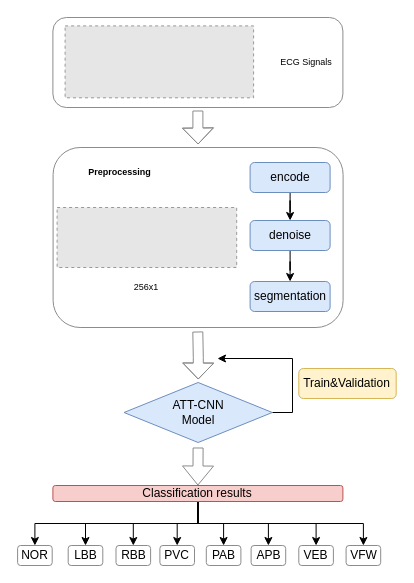
Before: CNN+ATT.drawio in WensonLuo/Drowio, a draw.io diagram. Source tidied: cells renumbered, new cells numbered last; positions are measured from the earlier drawing's top-left corner, leaving out a move shared by most shapes. Both pictures are drawn from the tidied source at 100%, with x=0, y=0 at pixel (17, 17). Pictures stored in the file or linked from it are replaced by grey dashed boxes.
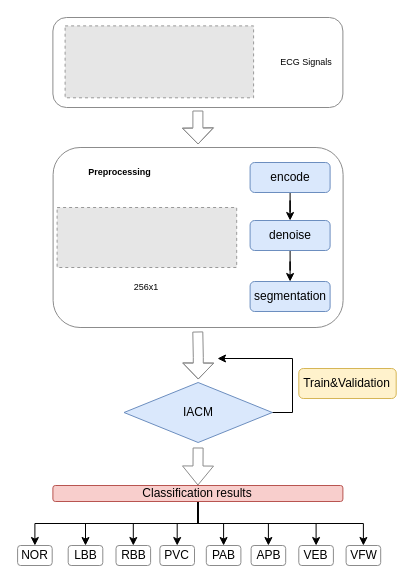
Above is the later version.

Change to the diagram source:
```diff
@@
-    <mxCell id="27" value="ATT-CNN&lt;br&gt;Model" style="rhombus;whiteSpace=wrap;html=1;shadow=0;strokeColor=#6c8ebf;fillColor=#dae8fc;" parent="1" vertex="1">
+    <mxCell id="27" value="IACM" style="rhombus;whiteSpace=wrap;html=1;shadow=0;strokeColor=#6c8ebf;fillColor=#dae8fc;fontSize=12;" parent="1" vertex="1">
       <mxGeometry x="106.5" y="365" width="148.3" height="60" as="geometry" />
     </mxCell>
```
